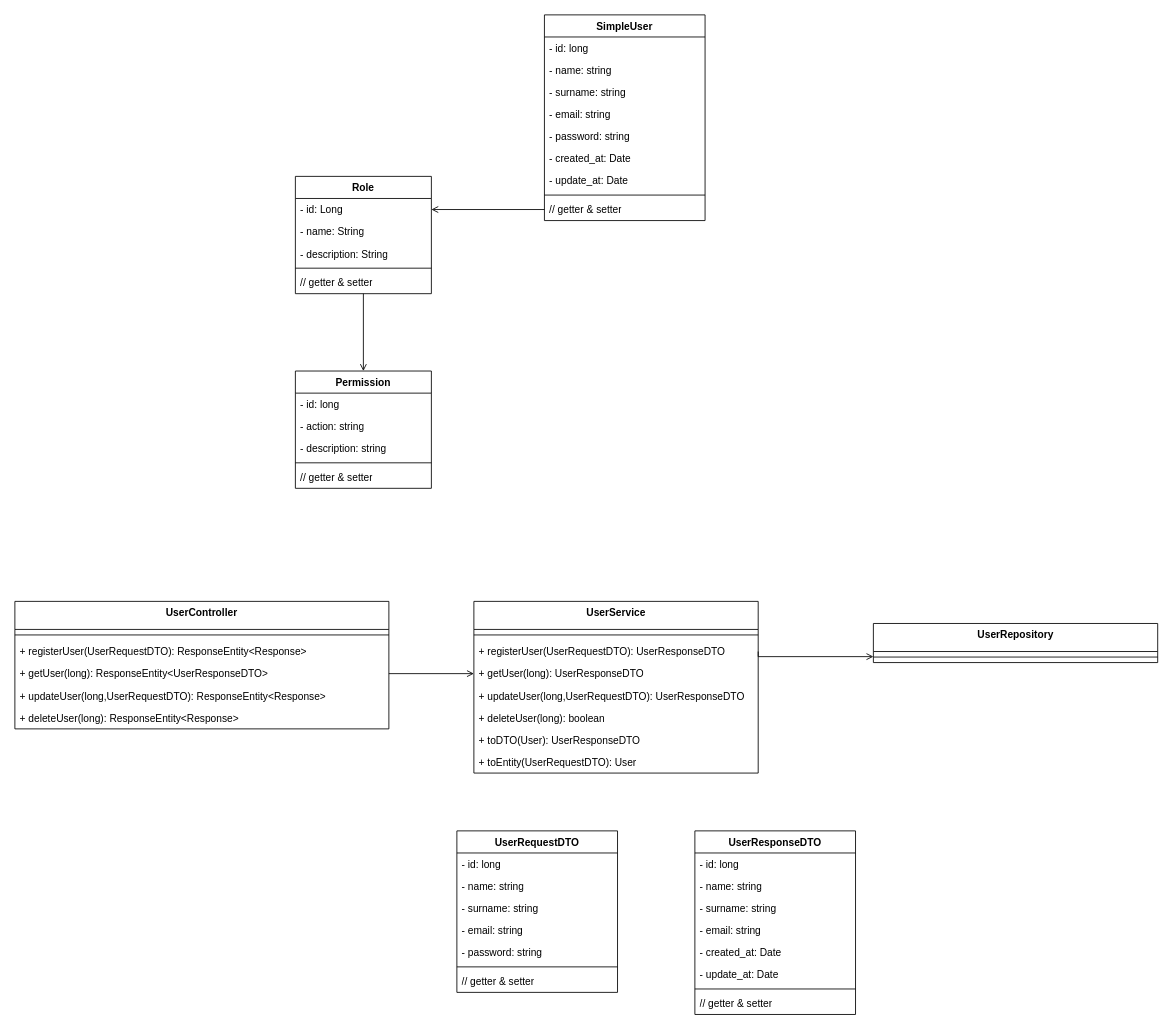
Above: page "GestioneUtenti" (3 of 4) of documentazione/class-diagram.drawio in Lucalorenzo004/DietiEstates25 (draw.io), before the change. Source tidied: cells renumbered, new cells numbered last; positions are measured from the earlier drawing's top-left corner, leaving out a move shared by most shapes. Both pictures are drawn from the tidied source at 85%, with x=0, y=0 at pixel (14, 14).
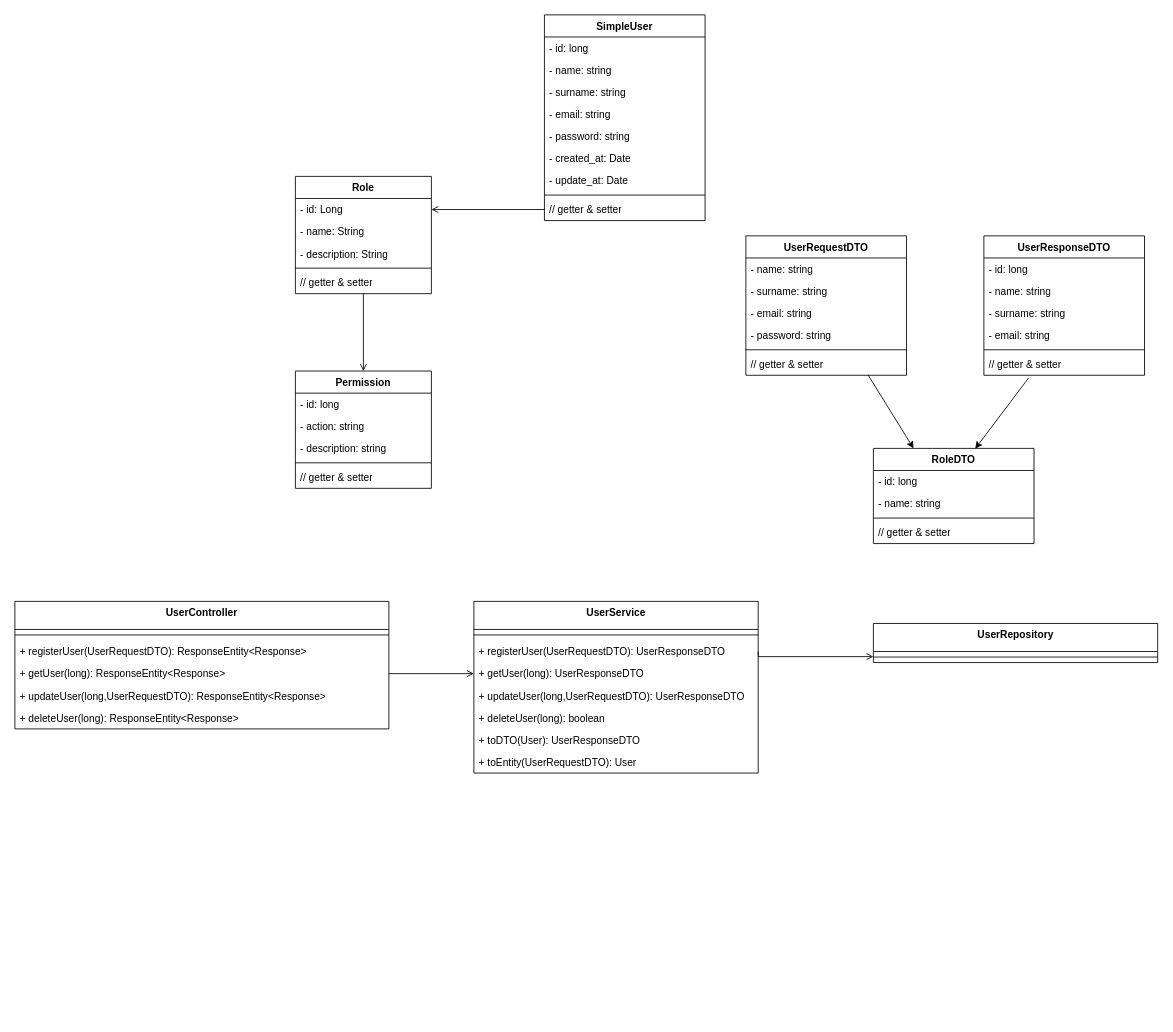
After the change.

The change refers to these unchanged cells:
```xml
<mxCell id="26" value="UserController" style="swimlane;fontStyle=1;align=center;verticalAlign=top;horizontal=1;startSize=33;whiteSpace=wrap;html=1;" parent="1" vertex="1">
  <mxGeometry y="690" width="440" height="150" as="geometry" />
</mxCell>
```

What changed in the source:
```diff
@@
-    <mxCell id="29" value="+ getUser(long): ResponseEntity&amp;lt;UserResponseDTO&amp;gt;" style="text;strokeColor=none;fillColor=none;align=left;verticalAlign=top;spacingLeft=4;spacingRight=4;overflow=hidden;points=[[0,0.5],[1,0.5]];portConstraint=eastwest;whiteSpace=wrap;html=1;" parent="26" vertex="1">
+    <mxCell id="29" value="+ getUser(long): ResponseEntity&amp;lt;Response&amp;gt;" style="text;strokeColor=none;fillColor=none;align=left;verticalAlign=top;spacingLeft=4;spacingRight=4;overflow=hidden;points=[[0,0.5],[1,0.5]];portConstraint=eastwest;whiteSpace=wrap;html=1;" parent="26" vertex="1">
       <mxGeometry y="72" width="440" height="26" as="geometry" />
     </mxCell>
@@
     <mxCell id="44" value="UserResponseDTO" style="swimlane;fontStyle=1;align=center;verticalAlign=top;horizontal=1;startSize=26;whiteSpace=wrap;html=1;" parent="1" vertex="1">
-      <mxGeometry x="800" y="960" width="189" height="216" as="geometry" />
+      <mxGeometry x="1140" y="260" width="189" height="164" as="geometry" />
     </mxCell>
@@
-    <mxCell id="49" value="- created_at: Date" style="text;strokeColor=none;fillColor=none;align=left;verticalAlign=top;spacingLeft=4;spacingRight=4;overflow=hidden;whiteSpace=wrap;html=1;" parent="44" vertex="1">
-      <mxGeometry y="130" width="189" height="26" as="geometry" />
-    </mxCell>
-    <mxCell id="50" value="- update_at: Date" style="text;strokeColor=none;fillColor=none;align=left;verticalAlign=top;spacingLeft=4;spacingRight=4;overflow=hidden;whiteSpace=wrap;html=1;" parent="44" vertex="1">
-      <mxGeometry y="156" width="189" height="26" as="geometry" />
-    </mxCell>
     <mxCell id="51" style="line;strokeWidth=1;fillColor=none;align=left;verticalAlign=middle;spacingTop=-1;spacingLeft=3;spacingRight=3;labelPosition=right;strokeColor=inherit;" parent="44" vertex="1">
-      <mxGeometry y="182" width="189" height="8" as="geometry" />
+      <mxGeometry y="130" width="189" height="8" as="geometry" />
     </mxCell>
     <mxCell id="52" value="// getter &amp;amp; setter" style="text;strokeColor=none;fillColor=none;align=left;verticalAlign=top;spacingLeft=4;spacingRight=4;overflow=hidden;points=[[0,0.5],[1,0.5]];portConstraint=eastwest;whiteSpace=wrap;html=1;" parent="44" vertex="1">
-      <mxGeometry y="190" width="189" height="26" as="geometry" />
+      <mxGeometry y="138" width="189" height="26" as="geometry" />
     </mxCell>
     <mxCell id="53" value="UserRequestDTO" style="swimlane;fontStyle=1;align=center;verticalAlign=top;horizontal=1;startSize=26;whiteSpace=wrap;html=1;" parent="1" vertex="1">
-      <mxGeometry x="520" y="960" width="189" height="190" as="geometry" />
+      <mxGeometry x="860" y="260" width="189" height="164" as="geometry" />
     </mxCell>
-    <mxCell id="54" value="- id: long" style="text;strokeColor=none;fillColor=none;align=left;verticalAlign=top;spacingLeft=4;spacingRight=4;overflow=hidden;whiteSpace=wrap;html=1;" parent="53" vertex="1">
-      <mxGeometry y="26" width="189" height="26" as="geometry" />
-    </mxCell>
     <mxCell id="55" value="- name: string" style="text;strokeColor=none;fillColor=none;align=left;verticalAlign=top;spacingLeft=4;spacingRight=4;overflow=hidden;whiteSpace=wrap;html=1;" parent="53" vertex="1">
-      <mxGeometry y="52" width="189" height="26" as="geometry" />
+      <mxGeometry y="26" width="189" height="26" as="geometry" />
     </mxCell>
     <mxCell id="56" value="- surname: string" style="text;strokeColor=none;fillColor=none;align=left;verticalAlign=top;spacingLeft=4;spacingRight=4;overflow=hidden;whiteSpace=wrap;html=1;" parent="53" vertex="1">
-      <mxGeometry y="78" width="189" height="26" as="geometry" />
+      <mxGeometry y="52" width="189" height="26" as="geometry" />
     </mxCell>
     <mxCell id="57" value="- email: string" style="text;strokeColor=none;fillColor=none;align=left;verticalAlign=top;spacingLeft=4;spacingRight=4;overflow=hidden;whiteSpace=wrap;html=1;" parent="53" vertex="1">
-      <mxGeometry y="104" width="189" height="26" as="geometry" />
+      <mxGeometry y="78" width="189" height="26" as="geometry" />
     </mxCell>
     <mxCell id="58" value="- password: string" style="text;strokeColor=none;fillColor=none;align=left;verticalAlign=top;spacingLeft=4;spacingRight=4;overflow=hidden;whiteSpace=wrap;html=1;" parent="53" vertex="1">
-      <mxGeometry y="130" width="189" height="26" as="geometry" />
+      <mxGeometry y="104" width="189" height="26" as="geometry" />
     </mxCell>
     <mxCell id="59" style="line;strokeWidth=1;fillColor=none;align=left;verticalAlign=middle;spacingTop=-1;spacingLeft=3;spacingRight=3;labelPosition=right;strokeColor=inherit;" parent="53" vertex="1">
-      <mxGeometry y="156" width="189" height="8" as="geometry" />
+      <mxGeometry y="130" width="189" height="8" as="geometry" />
     </mxCell>
     <mxCell id="60" value="// getter &amp;amp; setter" style="text;strokeColor=none;fillColor=none;align=left;verticalAlign=top;spacingLeft=4;spacingRight=4;overflow=hidden;points=[[0,0.5],[1,0.5]];portConstraint=eastwest;whiteSpace=wrap;html=1;" parent="53" vertex="1">
-      <mxGeometry y="164" width="189" height="26" as="geometry" />
+      <mxGeometry y="138" width="189" height="26" as="geometry" />
     </mxCell>
+    <mxCell id="61" value="RoleDTO" style="swimlane;fontStyle=1;align=center;verticalAlign=top;horizontal=1;startSize=26;whiteSpace=wrap;html=1;" parent="1" vertex="1">
+      <mxGeometry x="1010" y="510" width="189" height="112" as="geometry" />
+    </mxCell>
+    <mxCell id="54" value="- id: long" style="text;strokeColor=none;fillColor=none;align=left;verticalAlign=top;spacingLeft=4;spacingRight=4;overflow=hidden;whiteSpace=wrap;html=1;" parent="61" vertex="1">
+      <mxGeometry y="26" width="189" height="26" as="geometry" />
+    </mxCell>
+    <mxCell id="62" value="- name: string" style="text;strokeColor=none;fillColor=none;align=left;verticalAlign=top;spacingLeft=4;spacingRight=4;overflow=hidden;whiteSpace=wrap;html=1;" parent="61" vertex="1">
+      <mxGeometry y="52" width="189" height="26" as="geometry" />
+    </mxCell>
+    <mxCell id="63" style="line;strokeWidth=1;fillColor=none;align=left;verticalAlign=middle;spacingTop=-1;spacingLeft=3;spacingRight=3;labelPosition=right;strokeColor=inherit;" parent="61" vertex="1">
+      <mxGeometry y="78" width="189" height="8" as="geometry" />
+    </mxCell>
+    <mxCell id="64" value="// getter &amp;amp; setter" style="text;strokeColor=none;fillColor=none;align=left;verticalAlign=top;spacingLeft=4;spacingRight=4;overflow=hidden;whiteSpace=wrap;html=1;" parent="61" vertex="1">
+      <mxGeometry y="86" width="189" height="26" as="geometry" />
+    </mxCell>
+    <mxCell id="65" style="endArrow=classic;html=1;rounded=0;entryX=0.25;entryY=0;entryDx=0;entryDy=0;exitX=0.76;exitY=0.979;exitDx=0;exitDy=0;exitPerimeter=0;" parent="1" edge="1" source="60" target="61">
+      <mxGeometry relative="1" as="geometry" />
+    </mxCell>
+    <mxCell id="66" style="endArrow=classic;html=1;rounded=0;entryX=0.634;entryY=0.003;entryDx=0;entryDy=0;entryPerimeter=0;exitX=0.279;exitY=1.115;exitDx=0;exitDy=0;exitPerimeter=0;" parent="1" edge="1" source="52" target="61">
+      <mxGeometry relative="1" as="geometry" />
+    </mxCell>
```
